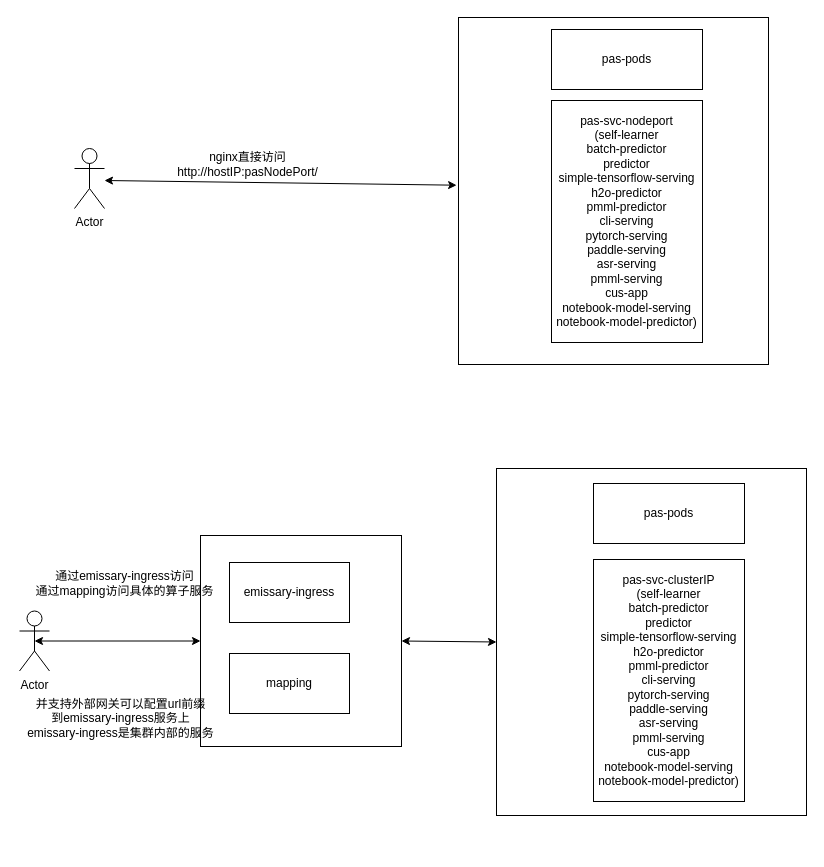
Above: soil/未命名绘图.drawio in JackDan9/soil (draw.io), before the change. Source tidied: cells renumbered, new cells numbered last; positions are measured from the earlier drawing's top-left corner, leaving out a move shared by most shapes. Both pictures are drawn from the tidied source at 100%, with x=0, y=0 at pixel (17, 17).
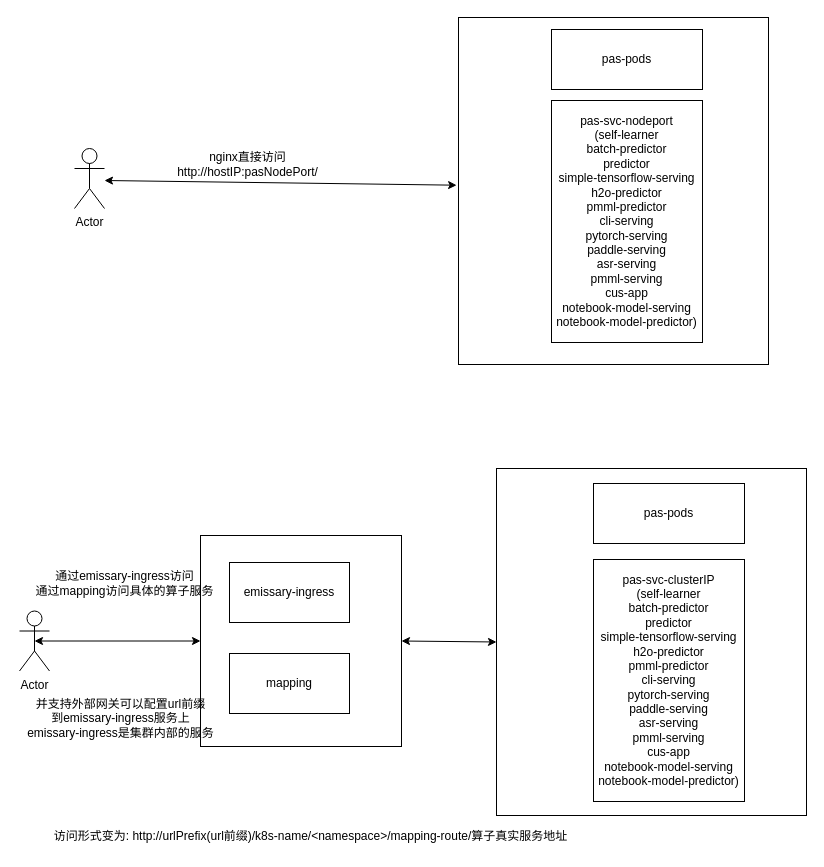
Above is the later version.

Diff of the diagram source:
```diff
@@
+    <mxCell id="19" value="访问形式变为: http://urlPrefix(url前缀)/k8s-name/&amp;lt;namespace&amp;gt;/mapping-route/算子真实服务地址" style="text;html=1;align=center;verticalAlign=middle;strokeColor=none;fillColor=none;" parent="1" vertex="1">
+      <mxGeometry x="27" y="806" width="531" height="26" as="geometry" />
+    </mxCell>
```
